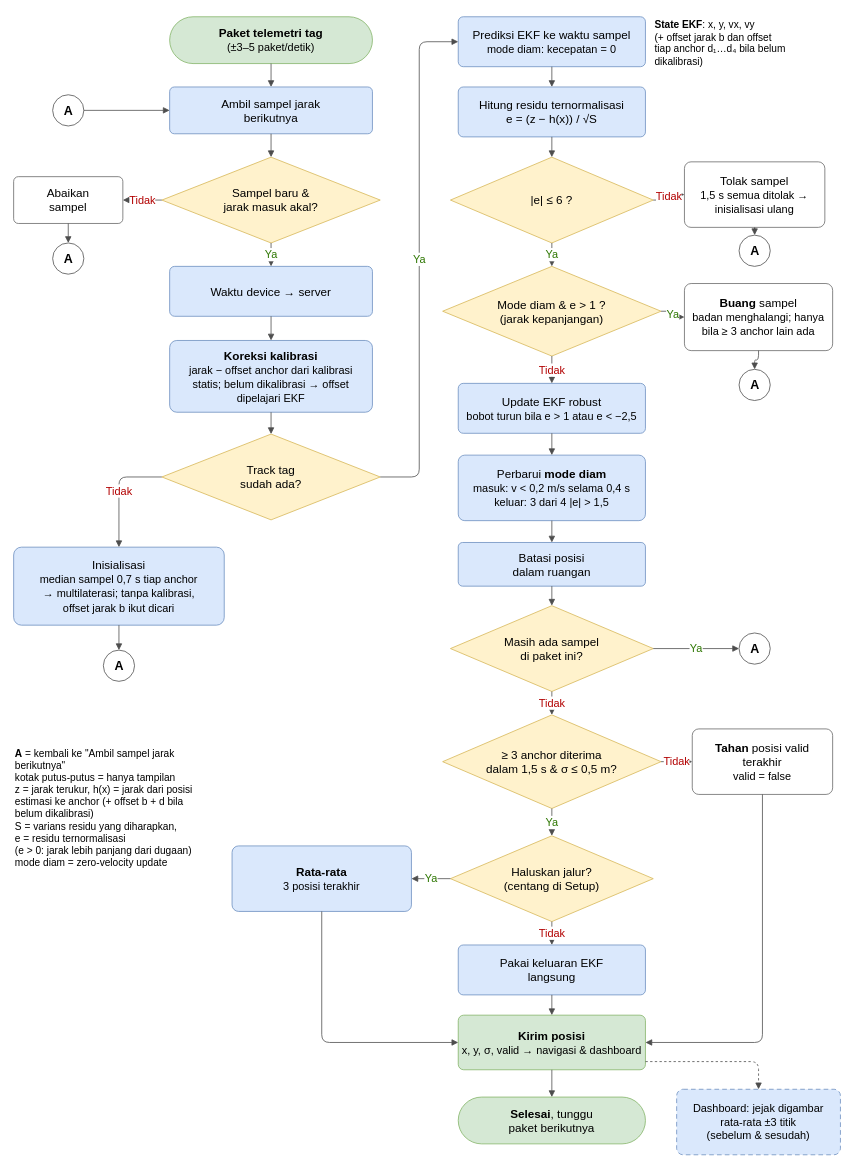
Earlier version of the draw.io diagram docs/img/alur_algoritma.drawio (TA-smartmarket/wideband-positioning). Source tidied: cells renumbered, new cells numbered last; positions are measured from the earlier drawing's top-left corner, leaving out a move shared by most shapes. Both pictures are drawn from the tidied source at 78%, with x=0, y=0 at pixel (13, 13).
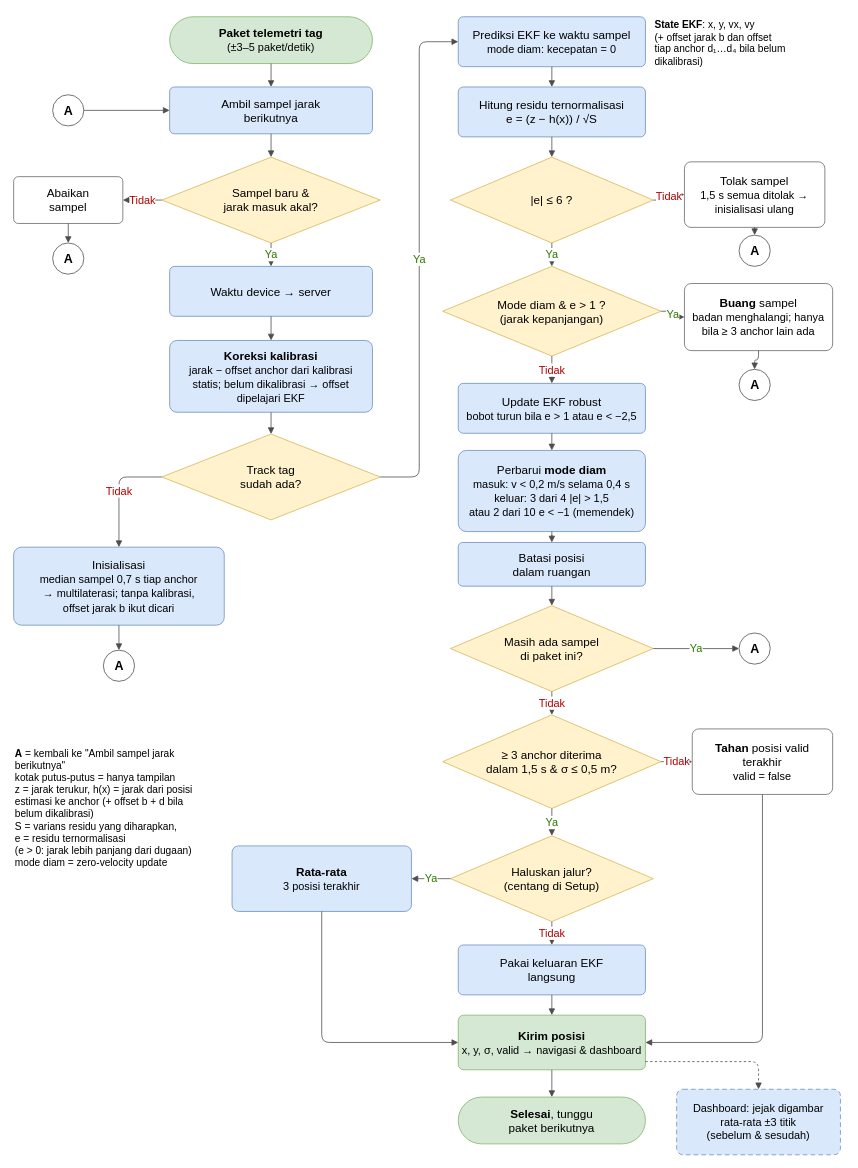
Above is the later version.

The edit, as a diff of the source:
```diff
@@
-    <mxCell id="23" value="Perbarui &lt;b&gt;mode diam&lt;/b&gt;&lt;br&gt;&lt;font style=&quot;font-size:14px&quot;&gt;masuk: v &amp;lt; 0,2 m/s selama 0,4 s&lt;br&gt;keluar: 3 dari 4 |e| &amp;gt; 1,5&lt;/font&gt;" style="rounded=1;arcSize=10;whiteSpace=wrap;html=1;fontFamily=Arial;fontSize=15;fillColor=#dae8fc;strokeColor=#6c8ebf;" parent="1" vertex="1">
-      <mxGeometry x="570" y="566" width="240" height="84" as="geometry" />
+    <mxCell id="23" value="Perbarui &lt;b&gt;mode diam&lt;/b&gt;&lt;br&gt;&lt;font style=&quot;font-size:14px&quot;&gt;masuk: v &amp;lt; 0,2 m/s selama 0,4 s&lt;br&gt;keluar: 3 dari 4 |e| &amp;gt; 1,5&lt;br&gt;atau 2 dari 10 e &amp;lt; −1 (memendek)&lt;/font&gt;" style="rounded=1;arcSize=10;whiteSpace=wrap;html=1;fontFamily=Arial;fontSize=15;fillColor=#dae8fc;strokeColor=#6c8ebf;" parent="1" vertex="1">
+      <mxGeometry x="570" y="560" width="240" height="104" as="geometry" />
     </mxCell>
```
